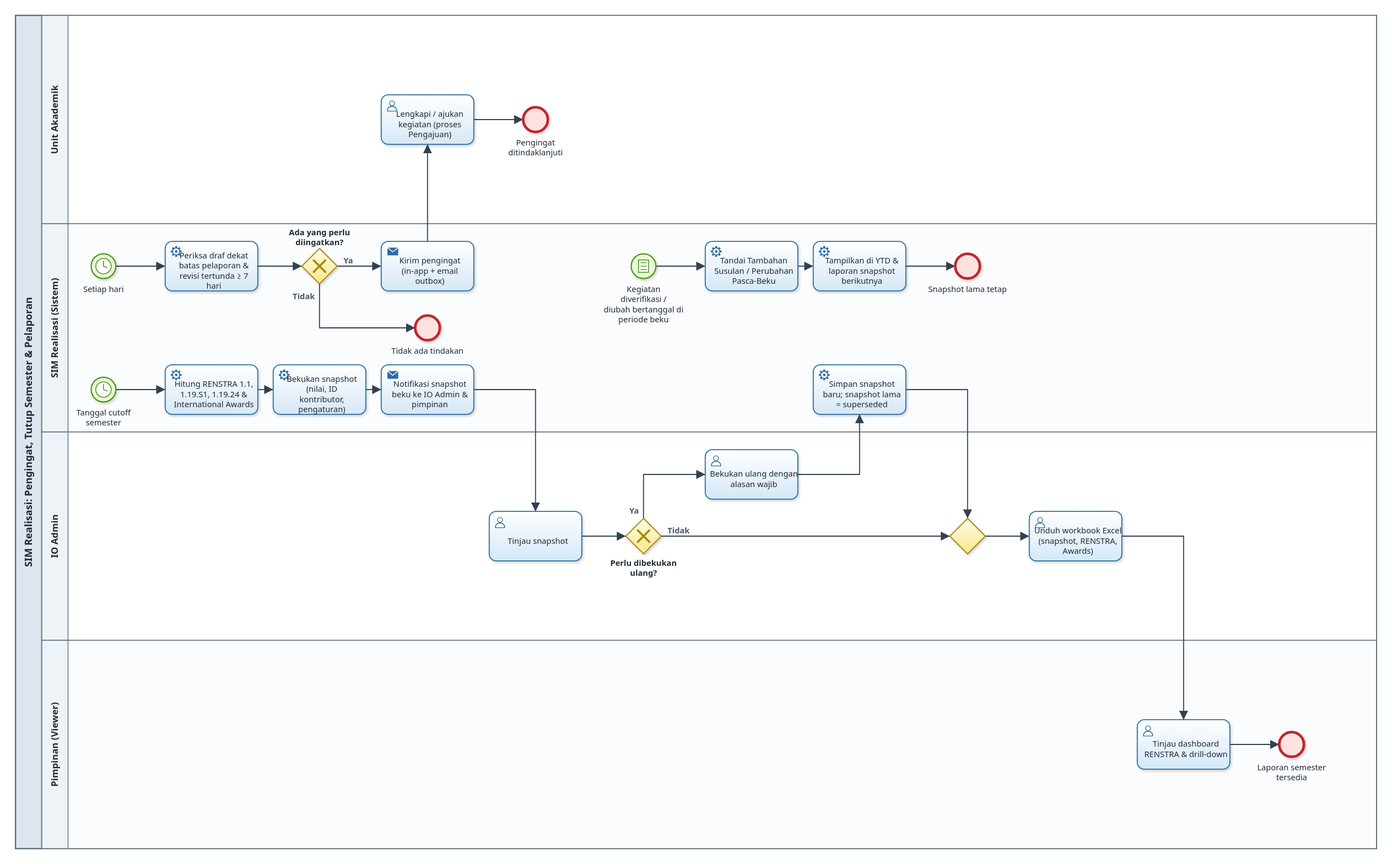
The BPMN diagram docs/bpmn/sim-realisasi-tutup-semester.svg in zefanyakharisma-cell/SIM_Realisasi, before a commit. Its source is kept beside it as docs/bpmn/sim-realisasi-tutup-semester.bpmn. Ids are renumbered.
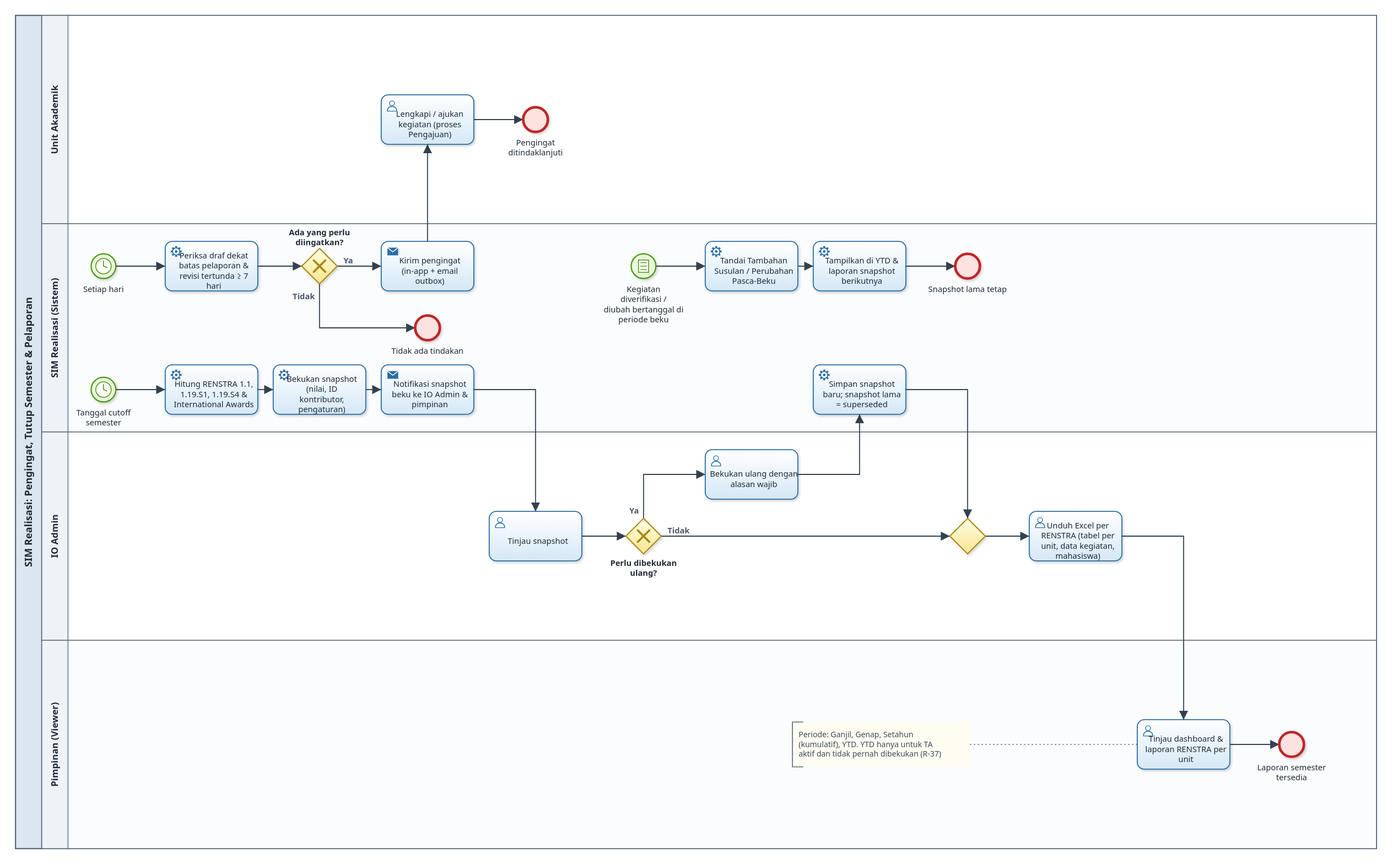
The same file after the commit.

Diff of the diagram source:
```diff
@@ -67,7 +67,7 @@
       <bpmn:outgoing>Flow_7</bpmn:outgoing>
       <bpmn:timerEventDefinition id="s_cutoff_def"><bpmn:timeDate xsi:type="bpmn:tFormalExpression">cutoff_date</bpmn:timeDate></bpmn:timerEventDefinition>
     </bpmn:startEvent>
-    <bpmn:serviceTask id="t_calc" name="Hitung RENSTRA 1.1, 1.19.S1, 1.19.24 &amp; International Awards">
+    <bpmn:serviceTask id="t_calc" name="Hitung RENSTRA 1.1, 1.19.S1, 1.19.S4 &amp; International Awards">
       <bpmn:incoming>Flow_7</bpmn:incoming>
       <bpmn:outgoing>Flow_8</bpmn:outgoing>
     </bpmn:serviceTask>
@@ -101,11 +101,11 @@
       <bpmn:incoming>Flow_15</bpmn:incoming>
       <bpmn:outgoing>Flow_16</bpmn:outgoing>
     </bpmn:exclusiveGateway>
-    <bpmn:userTask id="t_export" name="Unduh workbook Excel (snapshot, RENSTRA, Awards)">
+    <bpmn:userTask id="t_export" name="Unduh Excel per RENSTRA (tabel per unit, data kegiatan, mahasiswa)">
       <bpmn:incoming>Flow_16</bpmn:incoming>
       <bpmn:outgoing>Flow_17</bpmn:outgoing>
     </bpmn:userTask>
-    <bpmn:userTask id="t_dash" name="Tinjau dashboard RENSTRA &amp; drill-down">
+    <bpmn:userTask id="t_dash" name="Tinjau dashboard &amp; laporan RENSTRA per unit">
       <bpmn:incoming>Flow_17</bpmn:incoming>
       <bpmn:outgoing>Flow_18</bpmn:outgoing>
     </bpmn:userTask>
@@ -148,6 +148,8 @@
     <bpmn:sequenceFlow id="Flow_19" sourceRef="s_late" targetRef="t_flag" />
     <bpmn:sequenceFlow id="Flow_20" sourceRef="t_flag" targetRef="t_next" />
     <bpmn:sequenceFlow id="Flow_21" sourceRef="t_next" targetRef="e_late" />
+    <bpmn:textAnnotation id="note_period"><bpmn:text>Periode: Ganjil, Genap, Setahun (kumulatif), YTD. YTD hanya untuk TA aktif dan tidak pernah dibekukan (R-37)</bpmn:text></bpmn:textAnnotation>
+    <bpmn:association id="note_period_assoc" sourceRef="note_period" targetRef="t_dash" />
   </bpmn:process>
   <bpmndi:BPMNDiagram id="Diagram_Process_sim_realisasi_tutup_semester" name="Pengingat, Tutup Semester &amp; Pelaporan">
     <bpmndi:BPMNPlane id="Plane_Process_sim_realisasi_tutup_semester" bpmnElement="Collab_Process_sim_realisasi_tutup_semester">
@@ -200,6 +202,8 @@
       <bpmndi:BPMNEdge id="Flow_19_di" bpmnElement="Flow_19"><di:waypoint x="850" y="345" /><di:waypoint x="914" y="345" /></bpmndi:BPMNEdge>
       <bpmndi:BPMNEdge id="Flow_20_di" bpmnElement="Flow_20"><di:waypoint x="1034" y="345" /><di:waypoint x="1054" y="345" /></bpmndi:BPMNEdge>
       <bpmndi:BPMNEdge id="Flow_21_di" bpmnElement="Flow_21"><di:waypoint x="1174" y="345" /><di:waypoint x="1238" y="345" /></bpmndi:BPMNEdge>
+      <bpmndi:BPMNShape id="note_period_di" bpmnElement="note_period"><dc:Bounds x="1027" y="936" width="230" height="58" /></bpmndi:BPMNShape>
+      <bpmndi:BPMNEdge id="note_period_assoc_di" bpmnElement="note_period_assoc"><di:waypoint x="1257" y="965" /><di:waypoint x="1474" y="965" /></bpmndi:BPMNEdge>
     </bpmndi:BPMNPlane>
   </bpmndi:BPMNDiagram>
 </bpmn:definitions>
```
